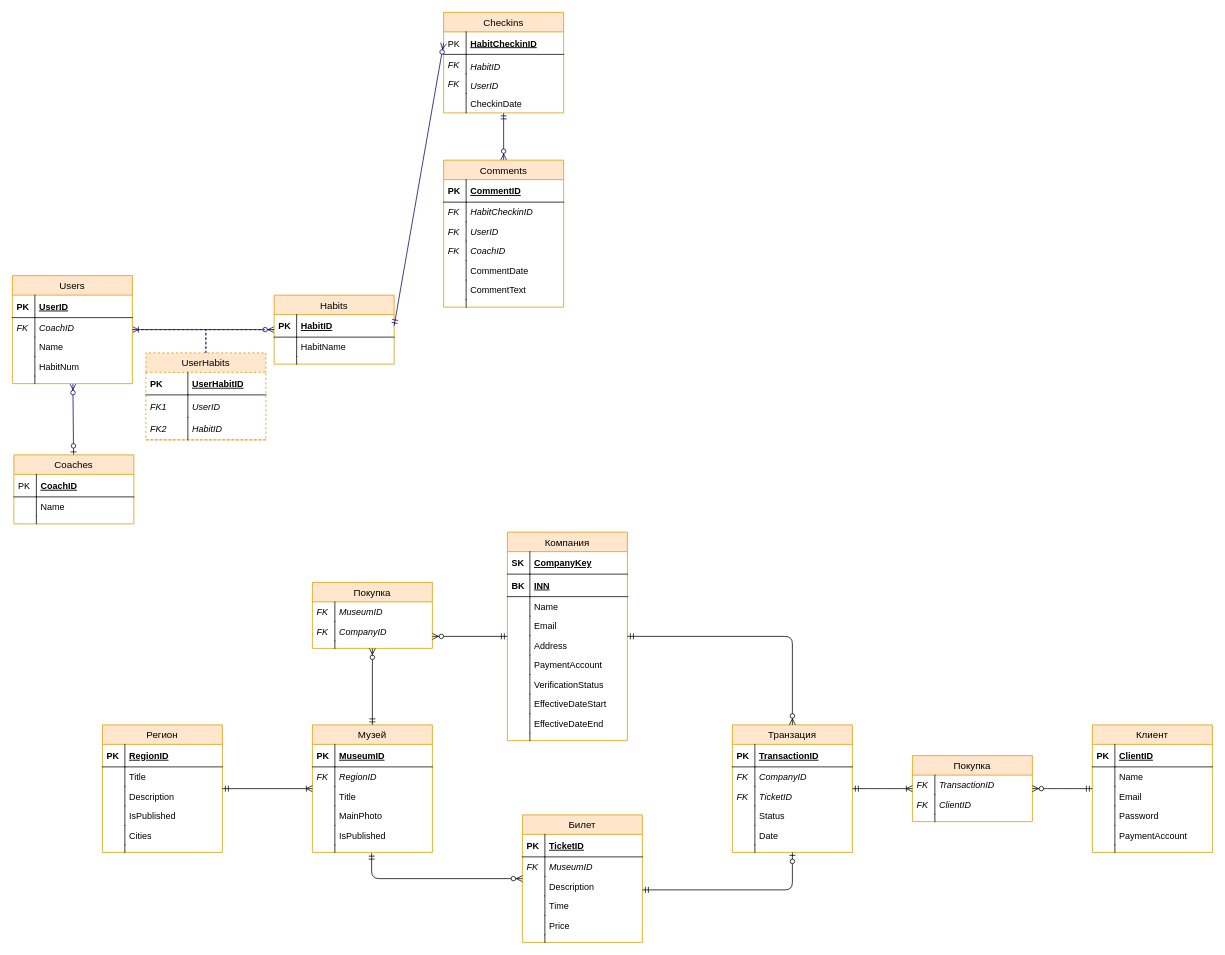
This is LogicalModel.drawio from romanovsavelij/DatabaseCoursePractice, a draw.io file, before an edit. Source tidied: cells renumbered, new cells numbered last; positions are measured from the earlier drawing's top-left corner, leaving out a move shared by most shapes. Both pictures are drawn from the tidied source at 75%, with x=0, y=0 at pixel (12, 12).
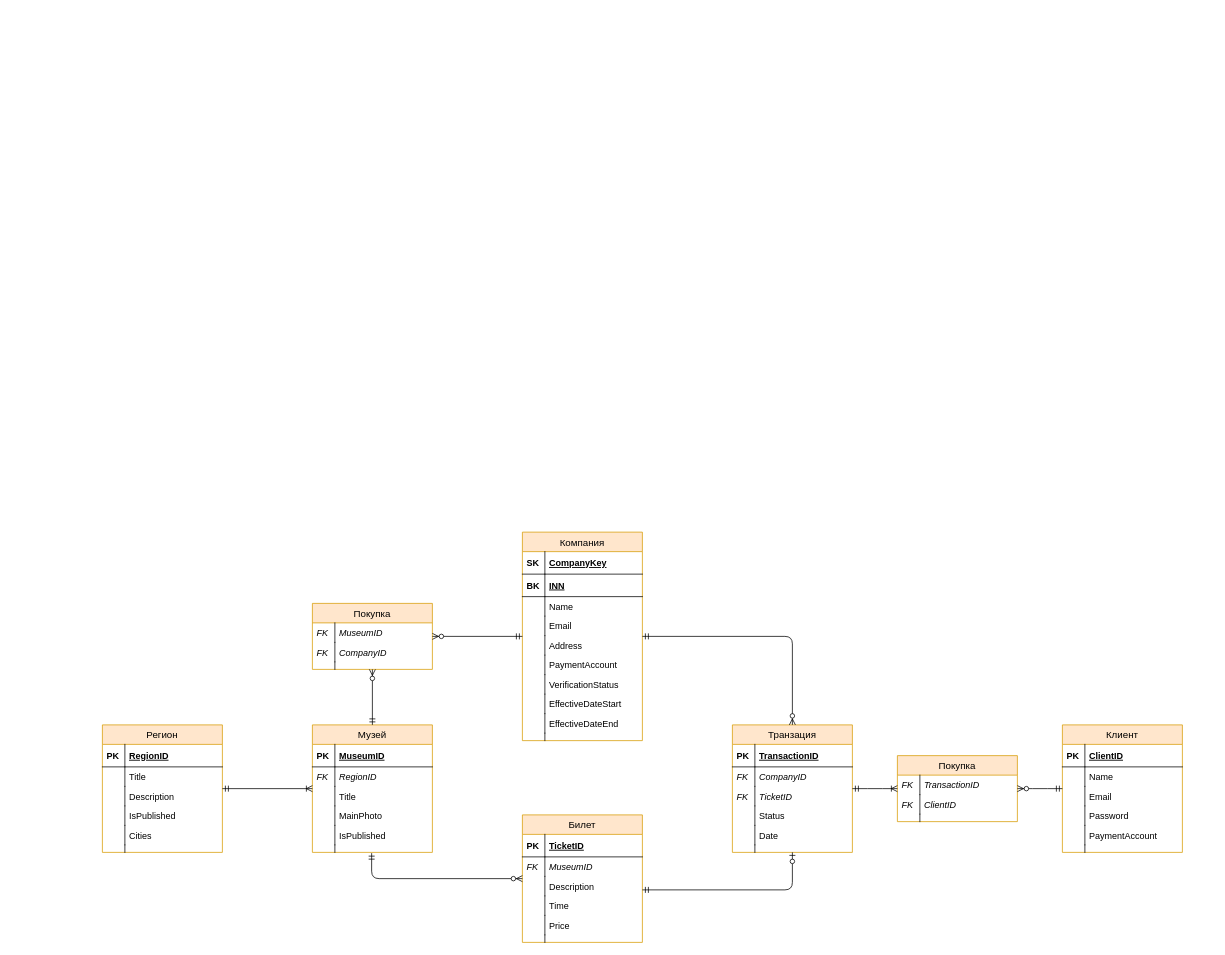
The same page after the edit.

The edit, as a diff of the source:
```diff
@@
-    <mxCell id="2" style="edgeStyle=none;rounded=0;html=1;startArrow=ERzeroToMany;startFill=1;endArrow=ERzeroToOne;endFill=1;jettySize=auto;fontSize=10;strokeColor=#000066;" parent="1" edge="1" source="4" target="22">
-      <mxGeometry relative="1" as="geometry" />
-    </mxCell>
-    <mxCell id="3" style="edgeStyle=none;rounded=0;html=1;startArrow=ERoneToMany;startFill=0;endArrow=ERzeroToMany;endFill=1;jettySize=auto;fontSize=10;strokeColor=#000066;" parent="1" edge="1" source="4" target="15">
-      <mxGeometry relative="1" as="geometry" />
-    </mxCell>
-    <mxCell id="4" value="Users" style="swimlane;fontStyle=0;horizontal=1;startSize=26;fillColor=#ffe6cc;swimlaneFillColor=#ffffff;align=center;strokeWidth=1;fontSize=13;strokeColor=#d79b00;" parent="1" vertex="1">
-      <mxGeometry y="351" width="160" height="144" as="geometry" />
-    </mxCell>
-    <mxCell id="5" value="UserID" style="shape=partialRectangle;top=0;left=0;right=0;bottom=1;align=left;verticalAlign=middle;fillColor=none;spacingLeft=34;spacingRight=4;overflow=hidden;fontStyle=5;" parent="4" vertex="1">
-      <mxGeometry y="26" width="160" height="30" as="geometry" />
-    </mxCell>
-    <mxCell id="6" value="PK" style="shape=partialRectangle;top=0;left=0;bottom=0;fillColor=none;align=left;verticalAlign=middle;spacingLeft=4;spacingRight=4;overflow=hidden;fontStyle=1;" parent="5" vertex="1">
-      <mxGeometry width="30" height="30" as="geometry" />
-    </mxCell>
-    <mxCell id="7" value="CoachID" style="shape=partialRectangle;top=0;left=0;right=0;bottom=0;align=left;verticalAlign=top;fillColor=none;spacingLeft=34;spacingRight=4;overflow=hidden;fontStyle=2;" parent="4" vertex="1">
-      <mxGeometry y="56" width="160" height="26" as="geometry" />
-    </mxCell>
-    <mxCell id="8" value="FK" style="shape=partialRectangle;top=0;left=0;bottom=0;fillColor=none;align=left;verticalAlign=top;spacingLeft=4;spacingRight=4;overflow=hidden;fontStyle=2;" parent="7" vertex="1">
-      <mxGeometry width="30" height="26" as="geometry" />
-    </mxCell>
-    <mxCell id="9" value="Name" style="shape=partialRectangle;top=0;left=0;right=0;bottom=0;align=left;verticalAlign=top;fillColor=none;spacingLeft=34;spacingRight=4;overflow=hidden;" parent="4" vertex="1">
-      <mxGeometry y="82" width="160" height="26" as="geometry" />
-    </mxCell>
-    <mxCell id="10" style="shape=partialRectangle;top=0;left=0;bottom=0;fillColor=none;align=left;verticalAlign=top;spacingLeft=4;spacingRight=4;overflow=hidden;" parent="9" vertex="1">
-      <mxGeometry width="30" height="26" as="geometry" />
-    </mxCell>
-    <mxCell id="11" value="HabitNum" style="shape=partialRectangle;top=0;left=0;right=0;bottom=0;align=left;verticalAlign=top;fillColor=none;spacingLeft=34;spacingRight=4;overflow=hidden;" parent="4" vertex="1">
-      <mxGeometry y="108" width="160" height="26" as="geometry" />
-    </mxCell>
-    <mxCell id="12" style="shape=partialRectangle;top=0;left=0;bottom=0;fillColor=none;align=left;verticalAlign=top;spacingLeft=4;spacingRight=4;overflow=hidden;" parent="11" vertex="1">
-      <mxGeometry width="30" height="26" as="geometry" />
-    </mxCell>
-    <mxCell id="13" style="shape=partialRectangle;top=0;left=0;right=0;bottom=0;align=left;verticalAlign=top;fillColor=none;spacingLeft=34;spacingRight=4;overflow=hidden;" parent="4" vertex="1">
-      <mxGeometry y="134" width="160" height="10" as="geometry" />
-    </mxCell>
-    <mxCell id="14" style="shape=partialRectangle;top=0;left=0;bottom=0;fillColor=none;align=left;verticalAlign=top;spacingLeft=4;spacingRight=4;overflow=hidden;" parent="13" vertex="1">
-      <mxGeometry width="30" height="10" as="geometry" />
-    </mxCell>
-    <mxCell id="15" value="Habits" style="swimlane;fontStyle=0;horizontal=1;startSize=26;fillColor=#FFE6CC;swimlaneFillColor=#ffffff;align=center;strokeWidth=1;fontSize=13;strokeColor=#d79b00;" parent="1" vertex="1">
-      <mxGeometry x="349" y="377" width="160" height="92" as="geometry" />
-    </mxCell>
-    <mxCell id="16" value="HabitID" style="shape=partialRectangle;top=0;left=0;right=0;bottom=1;align=left;verticalAlign=middle;fillColor=none;spacingLeft=34;spacingRight=4;overflow=hidden;points=[[0,0.5],[1,0.5]];portConstraint=eastwest;fontStyle=5;" parent="15" vertex="1">
-      <mxGeometry y="26" width="160" height="30" as="geometry" />
-    </mxCell>
-    <mxCell id="17" value="PK" style="shape=partialRectangle;top=0;left=0;bottom=0;fillColor=none;align=left;verticalAlign=middle;spacingLeft=4;spacingRight=4;overflow=hidden;fontStyle=1;" parent="16" vertex="1">
-      <mxGeometry width="30" height="30" as="geometry" />
-    </mxCell>
-    <mxCell id="18" value="HabitName" style="shape=partialRectangle;top=0;left=0;right=0;bottom=0;align=left;verticalAlign=top;fillColor=none;spacingLeft=34;spacingRight=4;overflow=hidden;" parent="15" vertex="1">
-      <mxGeometry y="56" width="160" height="26" as="geometry" />
-    </mxCell>
-    <mxCell id="19" style="shape=partialRectangle;top=0;left=0;bottom=0;fillColor=none;align=left;verticalAlign=top;spacingLeft=4;spacingRight=4;overflow=hidden;" parent="18" vertex="1">
-      <mxGeometry width="30" height="26" as="geometry" />
-    </mxCell>
-    <mxCell id="20" style="shape=partialRectangle;top=0;left=0;right=0;bottom=0;align=left;verticalAlign=top;fillColor=none;spacingLeft=34;spacingRight=4;overflow=hidden;" parent="15" vertex="1">
-      <mxGeometry y="82" width="160" height="10" as="geometry" />
-    </mxCell>
-    <mxCell id="21" style="shape=partialRectangle;top=0;left=0;bottom=0;fillColor=none;align=left;verticalAlign=top;spacingLeft=4;spacingRight=4;overflow=hidden;" parent="20" vertex="1">
-      <mxGeometry width="30" height="10" as="geometry" />
-    </mxCell>
-    <mxCell id="22" value="Coaches" style="swimlane;fontStyle=0;horizontal=1;startSize=26;fillColor=#ffe6cc;swimlaneFillColor=#ffffff;align=center;strokeWidth=1;fontSize=13;strokeColor=#d79b00;" parent="1" vertex="1">
-      <mxGeometry x="2" y="590" width="160" height="92" as="geometry" />
-    </mxCell>
-    <mxCell id="23" value="CoachID" style="shape=partialRectangle;top=0;left=0;right=0;bottom=1;align=left;verticalAlign=middle;fillColor=none;spacingLeft=34;spacingRight=4;overflow=hidden;fontStyle=5;" parent="22" vertex="1">
-      <mxGeometry y="26" width="160" height="30" as="geometry" />
-    </mxCell>
-    <mxCell id="24" value="PK" style="shape=partialRectangle;top=0;left=0;bottom=0;fillColor=none;align=left;verticalAlign=middle;spacingLeft=4;spacingRight=4;overflow=hidden;" parent="23" vertex="1">
-      <mxGeometry width="30" height="30" as="geometry" />
-    </mxCell>
-    <mxCell id="25" value="Name" style="shape=partialRectangle;top=0;left=0;right=0;bottom=0;align=left;verticalAlign=top;fillColor=none;spacingLeft=34;spacingRight=4;overflow=hidden;" parent="22" vertex="1">
-      <mxGeometry y="56" width="160" height="26" as="geometry" />
-    </mxCell>
-    <mxCell id="26" style="shape=partialRectangle;top=0;left=0;bottom=0;fillColor=none;align=left;verticalAlign=top;spacingLeft=4;spacingRight=4;overflow=hidden;" parent="25" vertex="1">
-      <mxGeometry width="30" height="26" as="geometry" />
-    </mxCell>
-    <mxCell id="27" style="shape=partialRectangle;top=0;left=0;right=0;bottom=0;align=left;verticalAlign=top;fillColor=none;spacingLeft=34;spacingRight=4;overflow=hidden;" parent="22" vertex="1">
-      <mxGeometry y="82" width="160" height="10" as="geometry" />
-    </mxCell>
-    <mxCell id="28" style="shape=partialRectangle;top=0;left=0;bottom=0;fillColor=none;align=left;verticalAlign=top;spacingLeft=4;spacingRight=4;overflow=hidden;" parent="27" vertex="1">
-      <mxGeometry width="30" height="10" as="geometry" />
-    </mxCell>
-    <mxCell id="29" style="edgeStyle=none;rounded=0;html=1;startArrow=ERmandOne;startFill=0;endArrow=ERzeroToMany;endFill=1;jettySize=auto;strokeColor=#000066;fontSize=10;" parent="1" edge="1" source="30" target="39">
-      <mxGeometry relative="1" as="geometry" />
-    </mxCell>
-    <mxCell id="30" value="Checkins" style="swimlane;fontStyle=0;horizontal=1;startSize=26;fillColor=#ffe6cc;swimlaneFillColor=#ffffff;align=center;strokeWidth=1;fontSize=13;strokeColor=#d79b00;" parent="1" vertex="1">
-      <mxGeometry x="575" width="160" height="134" as="geometry" />
-    </mxCell>
-    <mxCell id="31" value="HabitCheckinID" style="shape=partialRectangle;top=0;left=0;right=0;bottom=1;align=left;verticalAlign=middle;fillColor=none;spacingLeft=34;spacingRight=4;overflow=hidden;points=[[0,0.5],[1,0.5]];portConstraint=eastwest;fontStyle=5;" parent="30" vertex="1">
-      <mxGeometry y="26" width="160" height="30" as="geometry" />
-    </mxCell>
-    <mxCell id="32" value="PK" style="shape=partialRectangle;top=0;left=0;bottom=0;fillColor=none;align=left;verticalAlign=middle;spacingLeft=4;spacingRight=4;overflow=hidden;" parent="31" vertex="1">
-      <mxGeometry width="30" height="30" as="geometry" />
-    </mxCell>
-    <mxCell id="33" value="HabitID" style="shape=partialRectangle;top=0;left=0;right=0;bottom=0;align=left;verticalAlign=bottom;fillColor=none;spacingLeft=34;spacingRight=4;overflow=hidden;fontStyle=2;" parent="30" vertex="1">
-      <mxGeometry y="56" width="160" height="26" as="geometry" />
-    </mxCell>
-    <mxCell id="34" value="FK" style="shape=partialRectangle;top=0;left=0;bottom=0;fillColor=none;align=left;verticalAlign=top;spacingLeft=4;spacingRight=4;overflow=hidden;fontStyle=2;" parent="33" vertex="1">
-      <mxGeometry width="30" height="26" as="geometry" />
-    </mxCell>
-    <mxCell id="35" value="UserID" style="shape=partialRectangle;top=0;left=0;right=0;bottom=0;align=left;verticalAlign=bottom;fillColor=none;spacingLeft=34;spacingRight=4;overflow=hidden;fontStyle=2;" parent="30" vertex="1">
-      <mxGeometry y="82" width="160" height="26" as="geometry" />
-    </mxCell>
-    <mxCell id="36" value="FK" style="shape=partialRectangle;top=0;left=0;bottom=0;fillColor=none;align=left;verticalAlign=top;spacingLeft=4;spacingRight=4;overflow=hidden;fontStyle=2;" parent="35" vertex="1">
-      <mxGeometry width="30" height="26" as="geometry" />
-    </mxCell>
-    <mxCell id="37" value="CheckinDate" style="shape=partialRectangle;top=0;left=0;right=0;bottom=0;align=left;verticalAlign=top;fillColor=none;spacingLeft=34;spacingRight=4;overflow=hidden;" parent="30" vertex="1">
-      <mxGeometry y="108" width="160" height="26" as="geometry" />
-    </mxCell>
-    <mxCell id="38" style="shape=partialRectangle;top=0;left=0;bottom=0;fillColor=none;align=left;verticalAlign=top;spacingLeft=4;spacingRight=4;overflow=hidden;" parent="37" vertex="1">
-      <mxGeometry width="30" height="26" as="geometry" />
-    </mxCell>
-    <mxCell id="39" value="Comments" style="swimlane;fontStyle=0;horizontal=1;startSize=26;fillColor=#ffe6cc;swimlaneFillColor=#ffffff;align=center;strokeWidth=1;fontSize=13;strokeColor=#d79b00;" parent="1" vertex="1">
-      <mxGeometry x="575" y="197" width="160" height="196" as="geometry" />
-    </mxCell>
-    <mxCell id="40" value="CommentID" style="shape=partialRectangle;top=0;left=0;right=0;bottom=1;align=left;verticalAlign=middle;fillColor=none;spacingLeft=34;spacingRight=4;overflow=hidden;fontStyle=5;" parent="39" vertex="1">
-      <mxGeometry y="26" width="160" height="30" as="geometry" />
-    </mxCell>
-    <mxCell id="41" value="PK" style="shape=partialRectangle;top=0;left=0;bottom=0;fillColor=none;align=left;verticalAlign=middle;spacingLeft=4;spacingRight=4;overflow=hidden;fontStyle=1;" parent="40" vertex="1">
-      <mxGeometry width="30" height="30" as="geometry" />
-    </mxCell>
-    <mxCell id="42" value="HabitCheckinID&#10;" style="shape=partialRectangle;top=0;left=0;right=0;bottom=0;align=left;verticalAlign=top;fillColor=none;spacingLeft=34;spacingRight=4;overflow=hidden;fontStyle=2;" parent="39" vertex="1">
-      <mxGeometry y="56" width="160" height="26" as="geometry" />
-    </mxCell>
-    <mxCell id="43" value="FK" style="shape=partialRectangle;top=0;left=0;bottom=0;fillColor=none;align=left;verticalAlign=top;spacingLeft=4;spacingRight=4;overflow=hidden;fontStyle=2;" parent="42" vertex="1">
-      <mxGeometry width="30" height="26" as="geometry" />
-    </mxCell>
-    <mxCell id="44" value="UserID&#10;" style="shape=partialRectangle;top=0;left=0;right=0;bottom=0;align=left;verticalAlign=top;fillColor=none;spacingLeft=34;spacingRight=4;overflow=hidden;fontStyle=2;" parent="39" vertex="1">
-      <mxGeometry y="82" width="160" height="26" as="geometry" />
-    </mxCell>
-    <mxCell id="45" value="FK" style="shape=partialRectangle;top=0;left=0;bottom=0;fillColor=none;align=left;verticalAlign=top;spacingLeft=4;spacingRight=4;overflow=hidden;fontStyle=2;" parent="44" vertex="1">
-      <mxGeometry width="30" height="26" as="geometry" />
-    </mxCell>
-    <mxCell id="46" value="CoachID&#10;" style="shape=partialRectangle;top=0;left=0;right=0;bottom=0;align=left;verticalAlign=top;fillColor=none;spacingLeft=34;spacingRight=4;overflow=hidden;fontStyle=2;" parent="39" vertex="1">
-      <mxGeometry y="108" width="160" height="26" as="geometry" />
-    </mxCell>
-    <mxCell id="47" value="FK" style="shape=partialRectangle;top=0;left=0;bottom=0;fillColor=none;align=left;verticalAlign=top;spacingLeft=4;spacingRight=4;overflow=hidden;fontStyle=2;" parent="46" vertex="1">
-      <mxGeometry width="30" height="26" as="geometry" />
-    </mxCell>
-    <mxCell id="48" value="CommentDate" style="shape=partialRectangle;top=0;left=0;right=0;bottom=0;align=left;verticalAlign=top;fillColor=none;spacingLeft=34;spacingRight=4;overflow=hidden;fontStyle=0;" parent="39" vertex="1">
-      <mxGeometry y="134" width="160" height="26" as="geometry" />
-    </mxCell>
-    <mxCell id="49" style="shape=partialRectangle;top=0;left=0;bottom=0;fillColor=none;align=left;verticalAlign=top;spacingLeft=4;spacingRight=4;overflow=hidden;" parent="48" vertex="1">
-      <mxGeometry width="30" height="26" as="geometry" />
-    </mxCell>
-    <mxCell id="50" value="CommentText" style="shape=partialRectangle;top=0;left=0;right=0;bottom=0;align=left;verticalAlign=top;fillColor=none;spacingLeft=34;spacingRight=4;overflow=hidden;fontStyle=0;" parent="39" vertex="1">
-      <mxGeometry y="160" width="160" height="26" as="geometry" />
-    </mxCell>
-    <mxCell id="51" style="shape=partialRectangle;top=0;left=0;bottom=0;fillColor=none;align=left;verticalAlign=top;spacingLeft=4;spacingRight=4;overflow=hidden;" parent="50" vertex="1">
-      <mxGeometry width="30" height="26" as="geometry" />
-    </mxCell>
-    <mxCell id="52" style="shape=partialRectangle;top=0;left=0;right=0;bottom=0;align=left;verticalAlign=top;fillColor=none;spacingLeft=34;spacingRight=4;overflow=hidden;" parent="39" vertex="1">
-      <mxGeometry y="186" width="160" height="10" as="geometry" />
-    </mxCell>
-    <mxCell id="53" style="shape=partialRectangle;top=0;left=0;bottom=0;fillColor=none;align=left;verticalAlign=top;spacingLeft=4;spacingRight=4;overflow=hidden;" parent="52" vertex="1">
-      <mxGeometry width="30" height="10" as="geometry" />
-    </mxCell>
-    <mxCell id="54" value="UserHabits" style="swimlane;fontStyle=0;horizontal=1;startSize=26;fillColor=#ffe6cc;swimlaneFillColor=#ffffff;align=center;fontSize=13;dashed=1;strokeColor=#d79b00;strokeWidth=1;" parent="1" vertex="1">
-      <mxGeometry x="178" y="454" width="160" height="116" as="geometry" />
-    </mxCell>
-    <mxCell id="55" value="UserHabitID" style="shape=partialRectangle;top=0;left=0;right=0;bottom=1;align=left;verticalAlign=middle;fillColor=none;spacingLeft=60;spacingRight=4;overflow=hidden;fontStyle=5;fontSize=12;strokeColor=#000000;perimeterSpacing=0;" parent="54" vertex="1">
-      <mxGeometry y="26" width="160" height="30" as="geometry" />
-    </mxCell>
-    <mxCell id="56" value="PK" style="shape=partialRectangle;fontStyle=1;top=0;left=0;bottom=0;fillColor=none;align=left;verticalAlign=middle;spacingLeft=4;spacingRight=4;overflow=hidden;fontSize=12;" parent="55" vertex="1">
-      <mxGeometry width="56" height="30" as="geometry" />
-    </mxCell>
-    <mxCell id="57" value="UserID" style="shape=partialRectangle;top=0;left=0;right=0;bottom=0;align=left;verticalAlign=middle;fillColor=none;spacingLeft=60;spacingRight=4;overflow=hidden;fontStyle=2;fontSize=12;strokeColor=none;" parent="54" vertex="1">
-      <mxGeometry y="56" width="160" height="30" as="geometry" />
-    </mxCell>
-    <mxCell id="58" value="FK1" style="shape=partialRectangle;fontStyle=2;top=0;left=0;bottom=0;fillColor=none;align=left;verticalAlign=middle;spacingLeft=4;spacingRight=4;overflow=hidden;fontSize=12;" parent="57" vertex="1">
-      <mxGeometry width="56" height="30" as="geometry" />
-    </mxCell>
-    <mxCell id="59" value="HabitID" style="shape=partialRectangle;top=0;left=0;right=0;bottom=1;align=left;verticalAlign=middle;fillColor=none;spacingLeft=60;spacingRight=4;overflow=hidden;fontStyle=2;fontSize=12;dashed=1;strokeColor=#D79B00;" parent="54" vertex="1">
-      <mxGeometry y="86" width="160" height="30" as="geometry" />
-    </mxCell>
-    <mxCell id="60" value="FK2" style="shape=partialRectangle;fontStyle=2;top=0;left=0;bottom=0;fillColor=none;align=left;verticalAlign=middle;spacingLeft=4;spacingRight=4;overflow=hidden;fontSize=12;" parent="59" vertex="1">
-      <mxGeometry width="56" height="30" as="geometry" />
-    </mxCell>
-    <mxCell id="61" style="endArrow=none;dashed=1;html=1;strokeColor=#000066;fontSize=13;rounded=0;edgeStyle=orthogonalEdgeStyle;entryX=0.5;entryY=0;" parent="1" edge="1" source="4" target="54">
-      <mxGeometry relative="1" as="geometry" />
-    </mxCell>
-    <mxCell id="62" style="endArrow=none;dashed=1;html=1;strokeColor=#000066;fontSize=13;rounded=0;edgeStyle=orthogonalEdgeStyle;entryX=0.5;entryY=0;" parent="1" edge="1" source="15" target="54">
-      <mxGeometry relative="1" as="geometry" />
-    </mxCell>
-    <mxCell id="63" style="edgeStyle=none;rounded=0;html=1;startArrow=ERmandOne;startFill=0;endArrow=ERzeroToMany;endFill=1;jettySize=auto;strokeColor=#000066;fontSize=13;exitX=1;exitY=0.5;entryX=0;entryY=0.5;" parent="1" edge="1" source="16" target="31">
-      <mxGeometry relative="1" as="geometry" />
-    </mxCell>
-    <mxCell id="64" style="edgeStyle=orthogonalEdgeStyle;rounded=0;html=1;exitX=0.5;exitY=0;entryX=1;entryY=0.5;startArrow=none;startFill=0;endArrow=none;endFill=0;jettySize=auto;strokeColor=none;fontSize=13;dashed=1;" parent="1" edge="1" target="16">
-      <mxGeometry relative="1" as="geometry">
-        <mxPoint x="553" y="484" as="sourcePoint" />
-      </mxGeometry>
-    </mxCell>
@@
     <mxCell id="105" value="Компания" style="swimlane;fontStyle=0;horizontal=1;startSize=26;fillColor=#ffe6cc;swimlaneFillColor=#ffffff;align=center;strokeWidth=1;fontSize=13;strokeColor=#d79b00;" parent="1" vertex="1">
-      <mxGeometry x="660" y="693" width="160" height="278" as="geometry" />
+      <mxGeometry x="680" y="693" width="160" height="278" as="geometry" />
     </mxCell>
@@
     <mxCell id="139" value="Клиент" style="swimlane;fontStyle=0;horizontal=1;startSize=26;fillColor=#ffe6cc;swimlaneFillColor=#ffffff;align=center;strokeWidth=1;fontSize=13;strokeColor=#d79b00;" parent="1" vertex="1">
-      <mxGeometry x="1440" y="950" width="160" height="170" as="geometry" />
+      <mxGeometry x="1400" y="950" width="160" height="170" as="geometry" />
     </mxCell>
@@
     <mxCell id="155" value="Покупка" style="swimlane;fontStyle=0;horizontal=1;startSize=26;fillColor=#ffe6cc;swimlaneFillColor=#ffffff;align=center;strokeWidth=1;fontSize=13;strokeColor=#d79b00;" parent="1" vertex="1">
-      <mxGeometry x="1200" y="991" width="160" height="88" as="geometry" />
+      <mxGeometry x="1180" y="991" width="160" height="88" as="geometry" />
     </mxCell>
@@
     <mxCell id="164" value="Покупка" style="swimlane;fontStyle=0;horizontal=1;startSize=26;fillColor=#ffe6cc;swimlaneFillColor=#ffffff;align=center;strokeWidth=1;fontSize=13;strokeColor=#d79b00;" parent="1" vertex="1">
-      <mxGeometry x="400" y="760" width="160" height="88" as="geometry" />
+      <mxGeometry x="400" y="788" width="160" height="88" as="geometry" />
     </mxCell>
```
